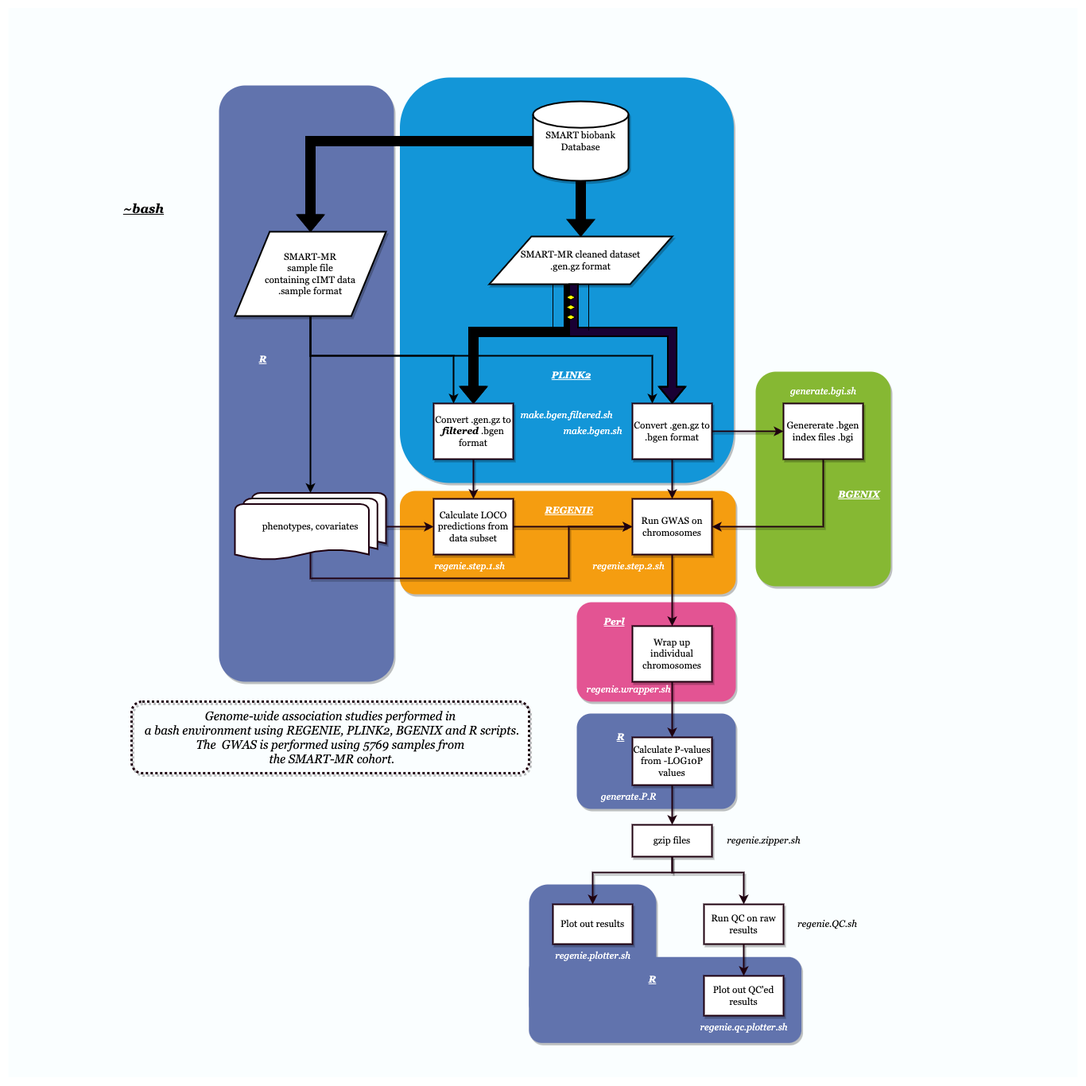
Earlier version of the draw.io export REGENIE_SMART_UMC.drawio.png (xEmz/xEmz). Source tidied: cells renumbered, new cells last; positions are measured from the earlier drawing's top-left corner, leaving out a move shared by most shapes.
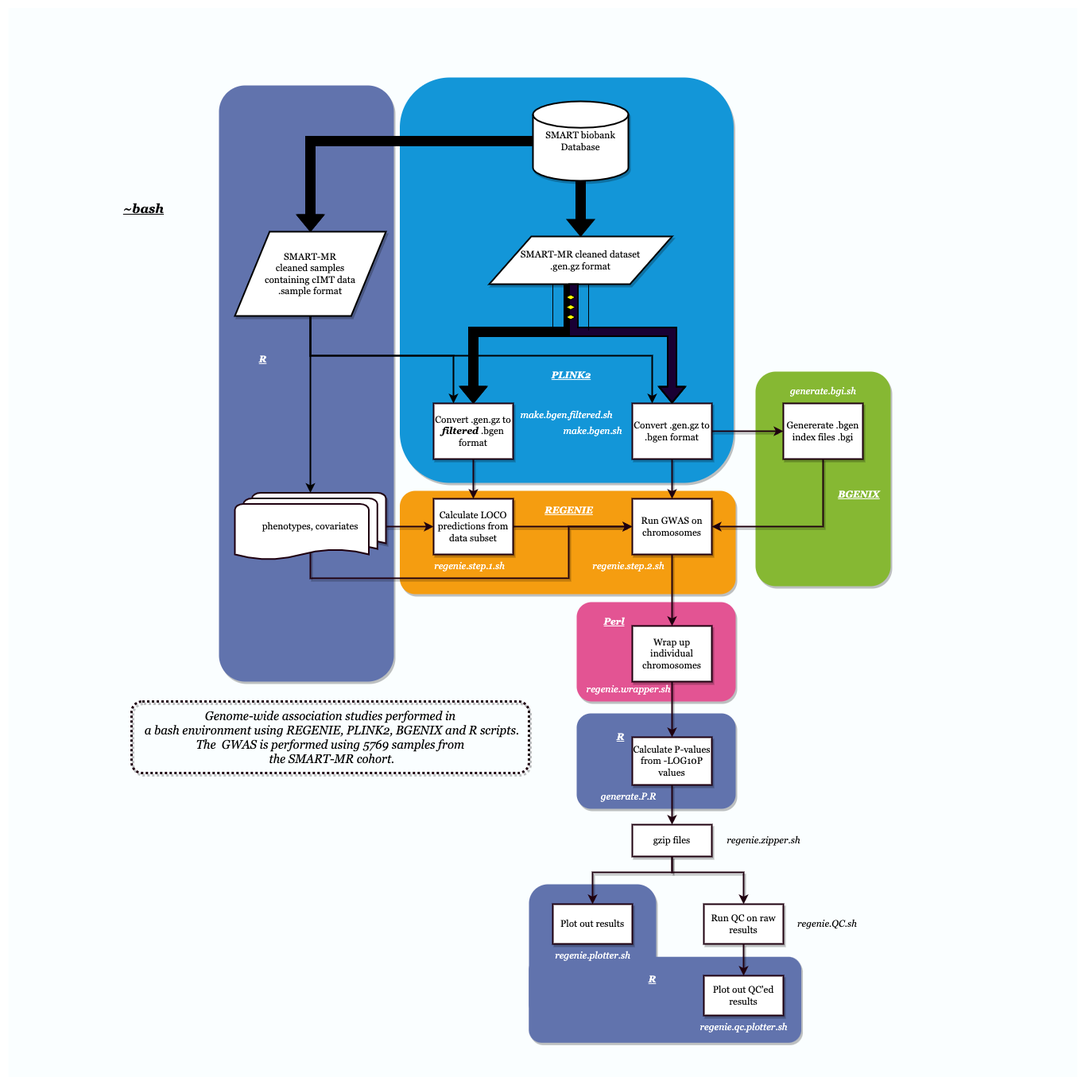
After the change.

Diff of the diagram source:
```diff
@@ -221,7 +221,7 @@
         </Array>
       </mxGeometry>
     </mxCell>
-    <mxCell id="63" value="SMART-MR &lt;br&gt;sample file &lt;br&gt;containing cIMT data&lt;br&gt;.sample format" style="shape=parallelogram;html=1;strokeWidth=2;perimeter=parallelogramPerimeter;whiteSpace=wrap;rounded=0;arcSize=12;size=0.23;strokeColor=#000000;fontColor=#000000;fillColor=default;shadow=1;fontFamily=Georgia;" parent="1" vertex="1">
+    <mxCell id="63" value="SMART-MR &lt;br&gt;cleaned samples&lt;br&gt;containing cIMT data&lt;br&gt;.sample format" style="shape=parallelogram;html=1;strokeWidth=2;perimeter=parallelogramPerimeter;whiteSpace=wrap;rounded=0;arcSize=12;size=0.23;strokeColor=#000000;fontColor=#000000;fillColor=default;shadow=1;fontFamily=Georgia;" parent="1" vertex="1">
       <mxGeometry x="285" y="282" width="190" height="106" as="geometry" />
     </mxCell>
     <mxCell id="64" style="shape=flexArrow;endArrow=classic;html=1;strokeWidth=2;strokeColor=default;fillColor=#000000;entryX=0.5;entryY=0;entryDx=0;entryDy=0;fontFamily=Georgia;rounded=0;sketch=0;exitX=0;exitY=0.5;exitDx=0;exitDy=0;exitPerimeter=0;" parent="1" edge="1" source="59" target="63">
```
